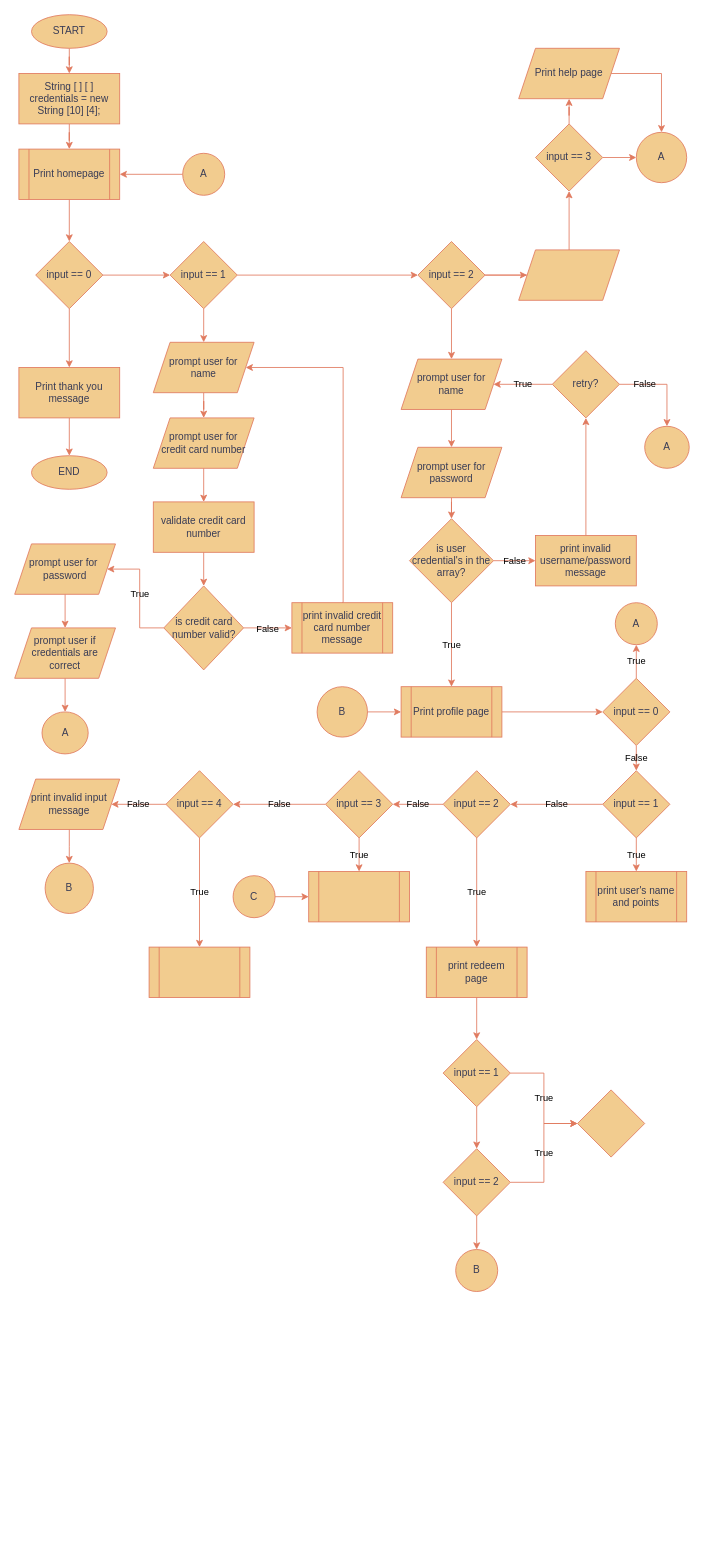
Above: CreditWise.drawio in Gooseytwoshoes/Creditcard-Database (draw.io), before the change. Source tidied: cells renumbered, new cells numbered last; positions are measured from the earlier drawing's top-left corner, leaving out a move shared by most shapes. Both pictures are drawn from the tidied source at 84%, with x=0, y=0 at pixel (14, 14).
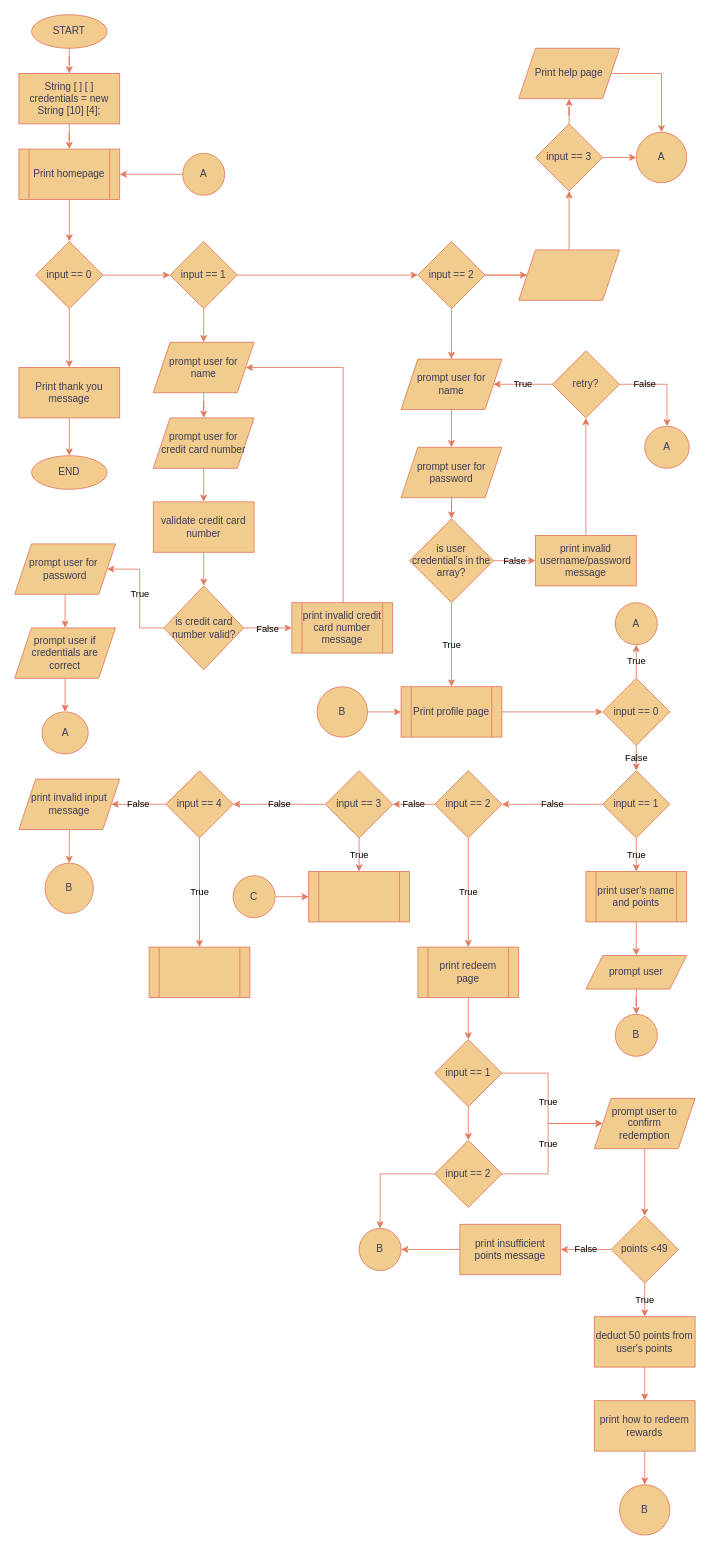
Above is the later version.

The change refers to these unchanged cells:
```xml
<mxCell id="76" value="print user's name and points" style="shape=process;whiteSpace=wrap;html=1;backgroundOutline=1;rounded=0;labelBackgroundColor=none;fillColor=#F2CC8F;strokeColor=#E07A5F;fontColor=#393C56;" parent="1" vertex="1">
  <mxGeometry x="680" y="1020" width="120" height="60" as="geometry" />
</mxCell>
```

Change to the diagram source:
```diff
@@
     <mxCell id="72" value="input == 2" style="rhombus;whiteSpace=wrap;html=1;rounded=0;labelBackgroundColor=none;fillColor=#F2CC8F;strokeColor=#E07A5F;fontColor=#393C56;" parent="1" vertex="1">
-      <mxGeometry x="510" y="900" width="80" height="80" as="geometry" />
+      <mxGeometry x="500" y="900" width="80" height="80" as="geometry" />
     </mxCell>
@@
+    <mxCell id="97" style="edgeStyle=orthogonalEdgeStyle;rounded=0;jettySize=auto;html=1;strokeColor=#E07A5F;fontColor=default;fillColor=#F2CC8F;labelBackgroundColor=none;" parent="1" edge="1" source="76" target="103">
+      <mxGeometry relative="1" as="geometry" />
+    </mxCell>
@@
     <mxCell id="78" value="print redeem page" style="shape=process;whiteSpace=wrap;html=1;backgroundOutline=1;rounded=0;labelBackgroundColor=none;fillColor=#F2CC8F;strokeColor=#E07A5F;fontColor=#393C56;" parent="1" vertex="1">
-      <mxGeometry x="490" y="1110" width="120" height="60" as="geometry" />
+      <mxGeometry x="480" y="1110" width="120" height="60" as="geometry" />
     </mxCell>
@@
-    <mxCell id="89" value="True" style="edgeStyle=orthogonalEdgeStyle;rounded=0;jettySize=auto;html=1;strokeColor=#E07A5F;fontColor=default;fillColor=#F2CC8F;labelBackgroundColor=none;" parent="1" edge="1" source="91" target="92">
-      <mxGeometry relative="1" as="geometry" />
-    </mxCell>
@@
+    <mxCell id="98" value="True" style="edgeStyle=orthogonalEdgeStyle;rounded=0;jettySize=auto;html=1;strokeColor=#E07A5F;fontColor=default;fillColor=#F2CC8F;labelBackgroundColor=none;" parent="1" edge="1" source="91" target="101">
+      <mxGeometry relative="1" as="geometry" />
+    </mxCell>
     <mxCell id="91" value="input == 1" style="rhombus;whiteSpace=wrap;html=1;fillColor=#F2CC8F;strokeColor=#E07A5F;fontColor=#393C56;rounded=0;labelBackgroundColor=none;" parent="1" vertex="1">
-      <mxGeometry x="510" y="1220" width="80" height="80" as="geometry" />
+      <mxGeometry x="500" y="1220" width="80" height="80" as="geometry" />
     </mxCell>
-    <mxCell id="92" style="rhombus;whiteSpace=wrap;html=1;fillColor=#F2CC8F;strokeColor=#E07A5F;fontColor=#393C56;rounded=0;labelBackgroundColor=none;" parent="1" vertex="1">
-      <mxGeometry x="670" y="1280" width="80" height="80" as="geometry" />
-    </mxCell>
@@
-    <mxCell id="94" value="True" style="edgeStyle=orthogonalEdgeStyle;rounded=0;jettySize=auto;html=1;strokeColor=#E07A5F;fontColor=default;fillColor=#F2CC8F;labelBackgroundColor=none;" parent="1" edge="1" source="95" target="92">
-      <mxGeometry relative="1" as="geometry" />
-    </mxCell>
+    <mxCell id="99" value="True" style="edgeStyle=orthogonalEdgeStyle;rounded=0;jettySize=auto;html=1;strokeColor=#E07A5F;fontColor=default;fillColor=#F2CC8F;labelBackgroundColor=none;" parent="1" edge="1" source="95" target="101">
+      <mxGeometry relative="1" as="geometry" />
+    </mxCell>
     <mxCell id="95" value="input == 2" style="rhombus;whiteSpace=wrap;html=1;fillColor=#F2CC8F;strokeColor=#E07A5F;fontColor=#393C56;rounded=0;labelBackgroundColor=none;" parent="1" vertex="1">
-      <mxGeometry x="510" y="1350" width="80" height="80" as="geometry" />
+      <mxGeometry x="500" y="1340" width="80" height="80" as="geometry" />
     </mxCell>
     <mxCell id="96" value="B" style="ellipse;whiteSpace=wrap;html=1;fillColor=#F2CC8F;strokeColor=#E07A5F;fontColor=#393C56;rounded=0;labelBackgroundColor=none;" parent="1" vertex="1">
-      <mxGeometry x="525" y="1470" width="50" height="50" as="geometry" />
+      <mxGeometry x="410" y="1445" width="50" height="50" as="geometry" />
     </mxCell>
+    <mxCell id="100" style="edgeStyle=orthogonalEdgeStyle;rounded=0;jettySize=auto;html=1;strokeColor=#E07A5F;fontColor=default;fillColor=#F2CC8F;labelBackgroundColor=none;" parent="1" edge="1" source="101" target="107">
+      <mxGeometry relative="1" as="geometry" />
+    </mxCell>
+    <mxCell id="101" value="prompt user to confirm&lt;br&gt;redemption" style="shape=parallelogram;perimeter=parallelogramPerimeter;whiteSpace=wrap;html=1;fixedSize=1;strokeColor=#E07A5F;fontColor=#393C56;fillColor=#F2CC8F;labelBackgroundColor=none;" parent="1" vertex="1">
+      <mxGeometry x="690" y="1290" width="120" height="60" as="geometry" />
+    </mxCell>
+    <mxCell id="102" style="edgeStyle=orthogonalEdgeStyle;rounded=0;jettySize=auto;html=1;strokeColor=#E07A5F;fontColor=default;fillColor=#F2CC8F;labelBackgroundColor=none;" parent="1" edge="1" source="103" target="104">
+      <mxGeometry relative="1" as="geometry" />
+    </mxCell>
+    <mxCell id="103" value="prompt user" style="shape=parallelogram;perimeter=parallelogramPerimeter;whiteSpace=wrap;html=1;fixedSize=1;strokeColor=#E07A5F;fontColor=#393C56;fillColor=#F2CC8F;labelBackgroundColor=none;" parent="1" vertex="1">
+      <mxGeometry x="680" y="1120" width="120" height="40" as="geometry" />
+    </mxCell>
+    <mxCell id="104" value="B" style="ellipse;whiteSpace=wrap;html=1;fillColor=#F2CC8F;strokeColor=#E07A5F;fontColor=#393C56;labelBackgroundColor=none;" parent="1" vertex="1">
+      <mxGeometry x="715" y="1190" width="50" height="50" as="geometry" />
+    </mxCell>
+    <mxCell id="105" value="False" style="edgeStyle=orthogonalEdgeStyle;rounded=0;jettySize=auto;html=1;strokeColor=#E07A5F;fontColor=default;fillColor=#F2CC8F;labelBackgroundColor=none;" parent="1" edge="1" source="107" target="109">
+      <mxGeometry relative="1" as="geometry" />
+    </mxCell>
+    <mxCell id="106" value="True" style="edgeStyle=orthogonalEdgeStyle;rounded=0;jettySize=auto;html=1;strokeColor=#E07A5F;fontColor=default;fillColor=#F2CC8F;labelBackgroundColor=none;" parent="1" edge="1" source="107" target="111">
+      <mxGeometry relative="1" as="geometry" />
+    </mxCell>
+    <mxCell id="107" value="points &amp;lt;49" style="rhombus;whiteSpace=wrap;html=1;strokeColor=#E07A5F;fontColor=#393C56;fillColor=#F2CC8F;labelBackgroundColor=none;" parent="1" vertex="1">
+      <mxGeometry x="710" y="1430" width="80" height="80" as="geometry" />
+    </mxCell>
+    <mxCell id="108" style="edgeStyle=orthogonalEdgeStyle;rounded=0;jettySize=auto;html=1;strokeColor=#E07A5F;fontColor=default;fillColor=#F2CC8F;labelBackgroundColor=none;" parent="1" edge="1" source="109" target="96">
+      <mxGeometry relative="1" as="geometry" />
+    </mxCell>
+    <mxCell id="109" value="print insufficient points message" style="rounded=0;whiteSpace=wrap;html=1;strokeColor=#E07A5F;fontColor=#393C56;fillColor=#F2CC8F;labelBackgroundColor=none;" parent="1" vertex="1">
+      <mxGeometry x="530" y="1440" width="120" height="60" as="geometry" />
+    </mxCell>
+    <mxCell id="110" style="edgeStyle=orthogonalEdgeStyle;rounded=0;jettySize=auto;html=1;strokeColor=#E07A5F;fontColor=#393C56;fillColor=#F2CC8F;" parent="1" edge="1" source="111" target="113">
+      <mxGeometry relative="1" as="geometry" />
+    </mxCell>
+    <mxCell id="111" value="deduct 50 points from user's points" style="whiteSpace=wrap;html=1;fillColor=#F2CC8F;strokeColor=#E07A5F;fontColor=#393C56;labelBackgroundColor=none;" parent="1" vertex="1">
+      <mxGeometry x="690" y="1550" width="120" height="60" as="geometry" />
+    </mxCell>
+    <mxCell id="112" style="edgeStyle=orthogonalEdgeStyle;rounded=0;jettySize=auto;html=1;strokeColor=#E07A5F;fontColor=#393C56;fillColor=#F2CC8F;" parent="1" edge="1" source="113" target="114">
+      <mxGeometry relative="1" as="geometry" />
+    </mxCell>
+    <mxCell id="113" value="print how to redeem rewards" style="whiteSpace=wrap;html=1;fillColor=#F2CC8F;strokeColor=#E07A5F;fontColor=#393C56;labelBackgroundColor=none;" parent="1" vertex="1">
+      <mxGeometry x="690" y="1650" width="120" height="60" as="geometry" />
+    </mxCell>
+    <mxCell id="114" value="B" style="ellipse;whiteSpace=wrap;html=1;fillColor=#F2CC8F;strokeColor=#E07A5F;fontColor=#393C56;labelBackgroundColor=none;" parent="1" vertex="1">
+      <mxGeometry x="720" y="1750" width="60" height="60" as="geometry" />
+    </mxCell>
```
